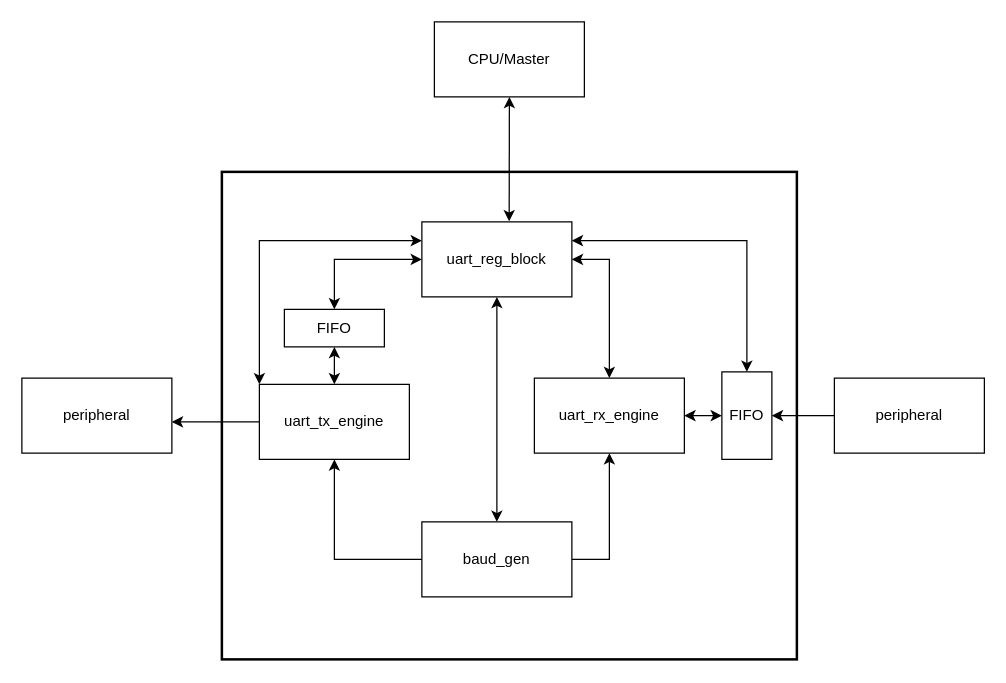
Above: docs/high_level_block_diagram.drawio in Biggo03/uart_ip (draw.io), before the change. Source tidied: cells renumbered, new cells numbered last; positions are measured from the earlier drawing's top-left corner, leaving out a move shared by most shapes. Both pictures are drawn from the tidied source at 125%, with x=0, y=0 at pixel (21, 21).
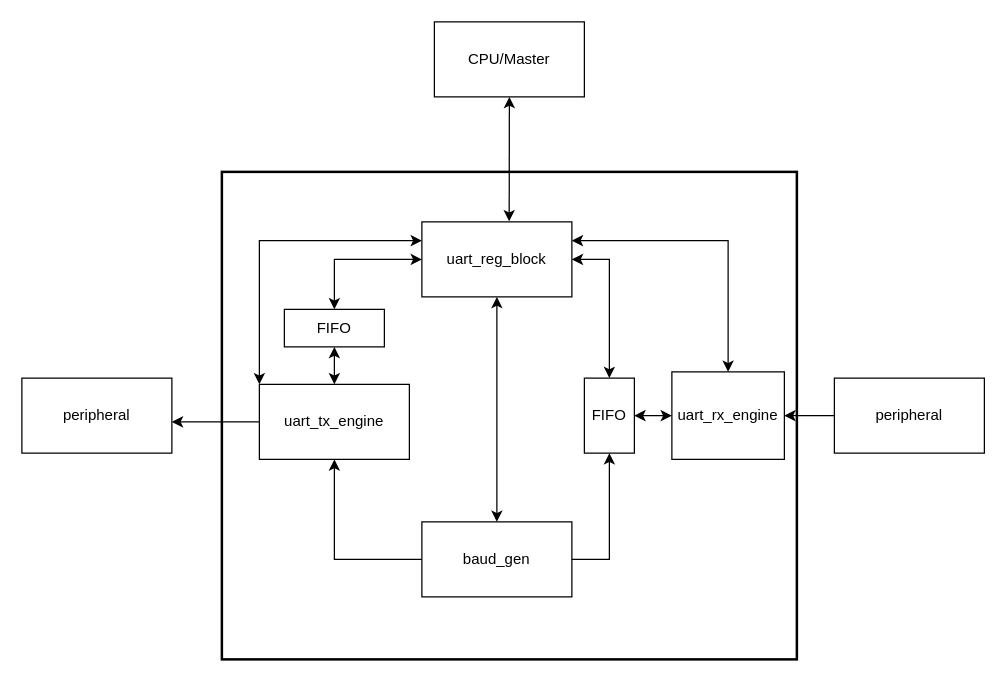
The same page after the edit.

Unchanged cells that the change refers to:
```xml
<mxCell id="3" value="uart_reg_block" style="rounded=0;whiteSpace=wrap;html=1;" parent="1" vertex="1">
  <mxGeometry x="320" y="160" width="120" height="60" as="geometry" />
</mxCell>
```

Diff of the diagram source:
```diff
@@
-    <mxCell id="4" value="uart_rx_engine" style="rounded=0;whiteSpace=wrap;html=1;" parent="1" vertex="1">
-      <mxGeometry x="410" y="285" width="120" height="60" as="geometry" />
+    <mxCell id="4" value="FIFO" style="rounded=0;whiteSpace=wrap;html=1;" parent="1" vertex="1">
+      <mxGeometry x="450" y="285" width="40" height="60" as="geometry" />
     </mxCell>
@@
-    <mxCell id="15" value="FIFO" style="rounded=0;whiteSpace=wrap;html=1;" parent="1" vertex="1">
-      <mxGeometry x="560" y="280" width="40" height="70" as="geometry" />
+    <mxCell id="15" value="uart_rx_engine" style="rounded=0;whiteSpace=wrap;html=1;" parent="1" vertex="1">
+      <mxGeometry x="520" y="280" width="90" height="70" as="geometry" />
     </mxCell>
@@
     <mxCell id="23" style="endArrow=classic;startArrow=classic;html=1;rounded=0;exitX=1;exitY=0.25;exitDx=0;exitDy=0;entryX=0.5;entryY=0;entryDx=0;entryDy=0;" parent="1" edge="1" source="3" target="15">
       <mxGeometry relative="1" as="geometry">
         <Array as="points">
-          <mxPoint x="580" y="175" />
+          <mxPoint x="565" y="175" />
         </Array>
       </mxGeometry>
     </mxCell>
```
